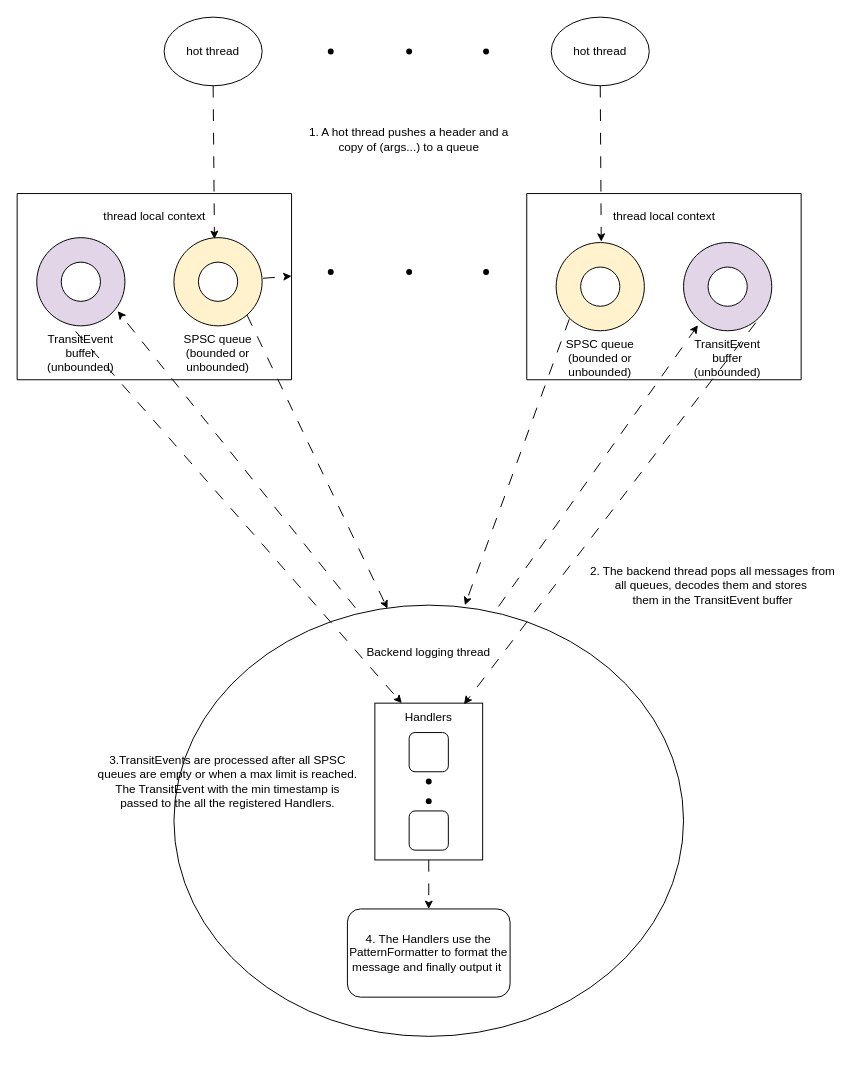
This is docs/design.drawio from odygrd/quill, a draw.io file, before an edit. Source tidied: cells renumbered, new cells numbered last; positions are measured from the earlier drawing's top-left corner, leaving out a move shared by most shapes. Both pictures are drawn from the tidied source at 98%, with x=0, y=0 at pixel (17, 17).
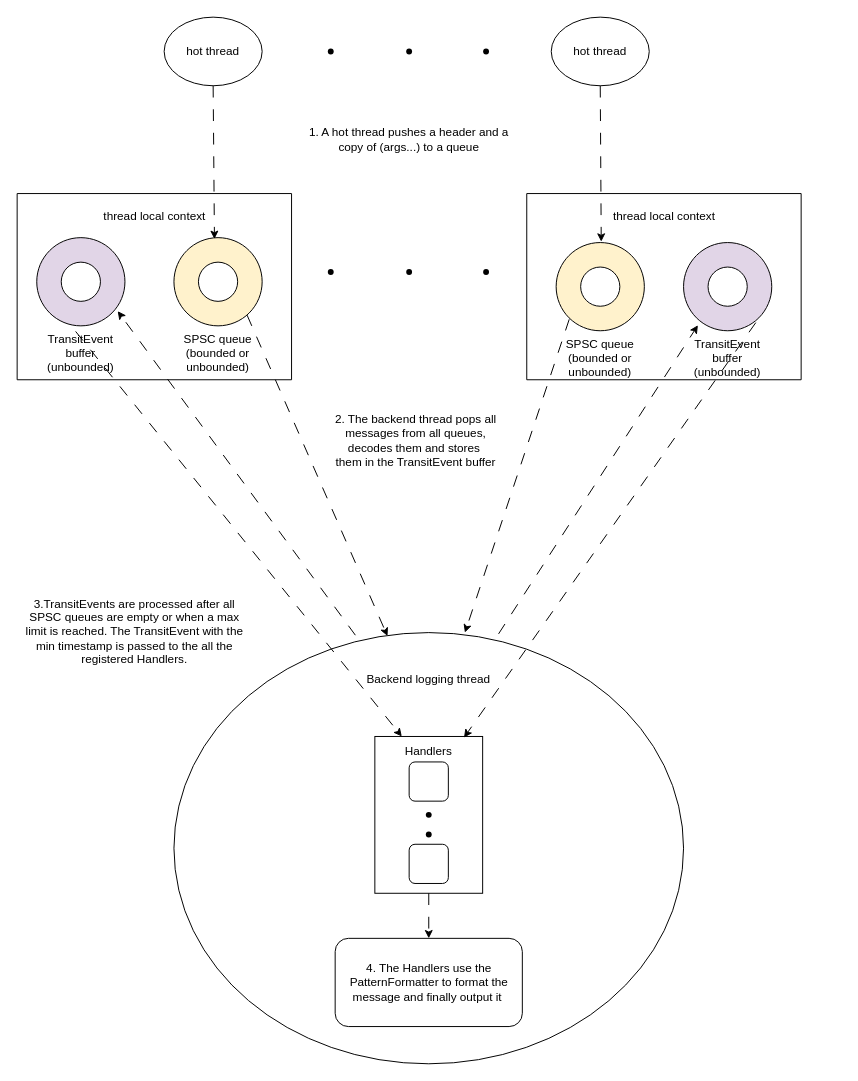
After the change.

Unchanged cells that the change refers to:
```xml
<mxCell id="7" value="thread local context&lt;br&gt;&lt;br&gt;&lt;br&gt;&lt;br&gt;&lt;br&gt;&lt;br&gt;&lt;br&gt;&lt;br&gt;&lt;br&gt;&lt;br&gt;&lt;br&gt;" style="verticalLabelPosition=middle;verticalAlign=middle;html=1;shape=mxgraph.basic.rect;fillColor2=none;strokeWidth=1;size=26.67;indent=5;labelPosition=center;align=center;" parent="1" vertex="1">
  <mxGeometry y="180" width="280" height="190" as="geometry" />
</mxCell>
<mxCell id="9" value="SPSC queue&lt;br&gt;(bounded or unbounded)" style="verticalLabelPosition=bottom;verticalAlign=top;html=1;shape=mxgraph.basic.donut;dx=25;fillColor=#fff2cc;strokeColor=#000000;perimeterSpacing=1;labelPosition=center;align=center;whiteSpace=wrap;" parent="1" vertex="1">
  <mxGeometry x="160" y="225" width="90" height="90" as="geometry" />
</mxCell>
```

Diff of the diagram source:
```diff
@@
-    <mxCell id="8" style="edgeStyle=none;rounded=0;jettySize=auto;html=1;dashed=1;dashPattern=12 12;strokeColor=default;" parent="1" edge="1" source="9" target="7">
-      <mxGeometry relative="1" as="geometry" />
-    </mxCell>
@@
     <mxCell id="13" value="Backend logging thread&lt;br&gt;&lt;br&gt;&lt;br&gt;&lt;br&gt;&lt;br&gt;&lt;br&gt;&lt;br&gt;&lt;br&gt;&lt;br&gt;&lt;br&gt;&lt;br&gt;&lt;br&gt;&lt;br&gt;&lt;br&gt;&lt;br&gt;&lt;br&gt;&lt;br&gt;&lt;br&gt;&lt;br&gt;&lt;br&gt;&lt;br&gt;&lt;br&gt;&lt;br&gt;&lt;br&gt;&lt;br&gt;" style="ellipse;whiteSpace=wrap;html=1;shadow=0;sketch=0;strokeColor=#000000;" parent="1" vertex="1">
-      <mxGeometry x="160" y="600" width="520" height="440" as="geometry" />
+      <mxGeometry x="160" y="628" width="520" height="440" as="geometry" />
     </mxCell>
@@
     <mxCell id="21" value="2. The backend thread pops all messages from all queues, decodes them and stores&amp;nbsp;&lt;br&gt;them in the TransitEvent buffer" style="text;html=1;strokeColor=none;fillColor=none;align=center;verticalAlign=middle;whiteSpace=wrap;rounded=0;" parent="1" vertex="1">
-      <mxGeometry x="580" y="560" width="260" height="40" as="geometry" />
+      <mxGeometry x="310" y="390" width="194" height="84" as="geometry" />
     </mxCell>
     <mxCell id="22" style="rounded=0;whiteSpace=wrap;html=1;shadow=0;sketch=0;strokeColor=#000000;" parent="1" vertex="1">
-      <mxGeometry x="365" y="700" width="110" height="160" as="geometry" />
+      <mxGeometry x="365" y="734" width="110" height="160" as="geometry" />
     </mxCell>
     <mxCell id="23" value="3.TransitEvents are processed after all SPSC queues are empty or when a max limit is reached. The TransitEvent with the min timestamp is passed to the all the registered Handlers." style="text;html=1;strokeColor=none;fillColor=none;align=center;verticalAlign=middle;whiteSpace=wrap;rounded=0;" parent="1" vertex="1">
-      <mxGeometry x="80" y="735" width="270" height="90" as="geometry" />
+      <mxGeometry y="582" width="240" height="90" as="geometry" />
     </mxCell>
     <mxCell id="24" style="rounded=1;whiteSpace=wrap;html=1;shadow=0;sketch=0;strokeColor=#000000;" parent="1" vertex="1">
-      <mxGeometry x="400" y="810" width="40" height="40" as="geometry" />
+      <mxGeometry x="400" y="844" width="40" height="40" as="geometry" />
     </mxCell>
     <mxCell id="25" style="rounded=1;whiteSpace=wrap;html=1;shadow=0;sketch=0;strokeColor=#000000;" parent="1" vertex="1">
-      <mxGeometry x="400" y="730" width="40" height="40" as="geometry" />
+      <mxGeometry x="400" y="760" width="40" height="40" as="geometry" />
     </mxCell>
     <mxCell id="26" style="shape=waypoint;sketch=0;fillStyle=solid;size=6;fillColor=none;perimeter=centerPerimeter;" parent="1" vertex="1">
-      <mxGeometry x="410" y="770" width="20" height="20" as="geometry" />
+      <mxGeometry x="410" y="804" width="20" height="20" as="geometry" />
     </mxCell>
     <mxCell id="27" style="shape=waypoint;sketch=0;fillStyle=solid;size=6;fillColor=none;perimeter=centerPerimeter;" parent="1" vertex="1">
-      <mxGeometry x="410" y="790" width="20" height="20" as="geometry" />
+      <mxGeometry x="410" y="824" width="20" height="20" as="geometry" />
     </mxCell>
     <mxCell id="28" value="Handlers" style="text;html=1;strokeColor=none;fillColor=none;align=center;verticalAlign=middle;whiteSpace=wrap;rounded=0;" parent="1" vertex="1">
-      <mxGeometry x="390" y="700" width="60" height="30" as="geometry" />
+      <mxGeometry x="390" y="734" width="60" height="30" as="geometry" />
     </mxCell>
@@
     <mxCell id="36" value="4. The Handlers use the PatternFormatter to format the message and finally output it&amp;nbsp;" style="rounded=1;whiteSpace=wrap;html=1;shadow=0;sketch=0;strokeColor=#000000;" parent="1" vertex="1">
-      <mxGeometry x="337" y="910" width="166" height="90" as="geometry" />
+      <mxGeometry x="324.5" y="940" width="191" height="90" as="geometry" />
     </mxCell>
```
